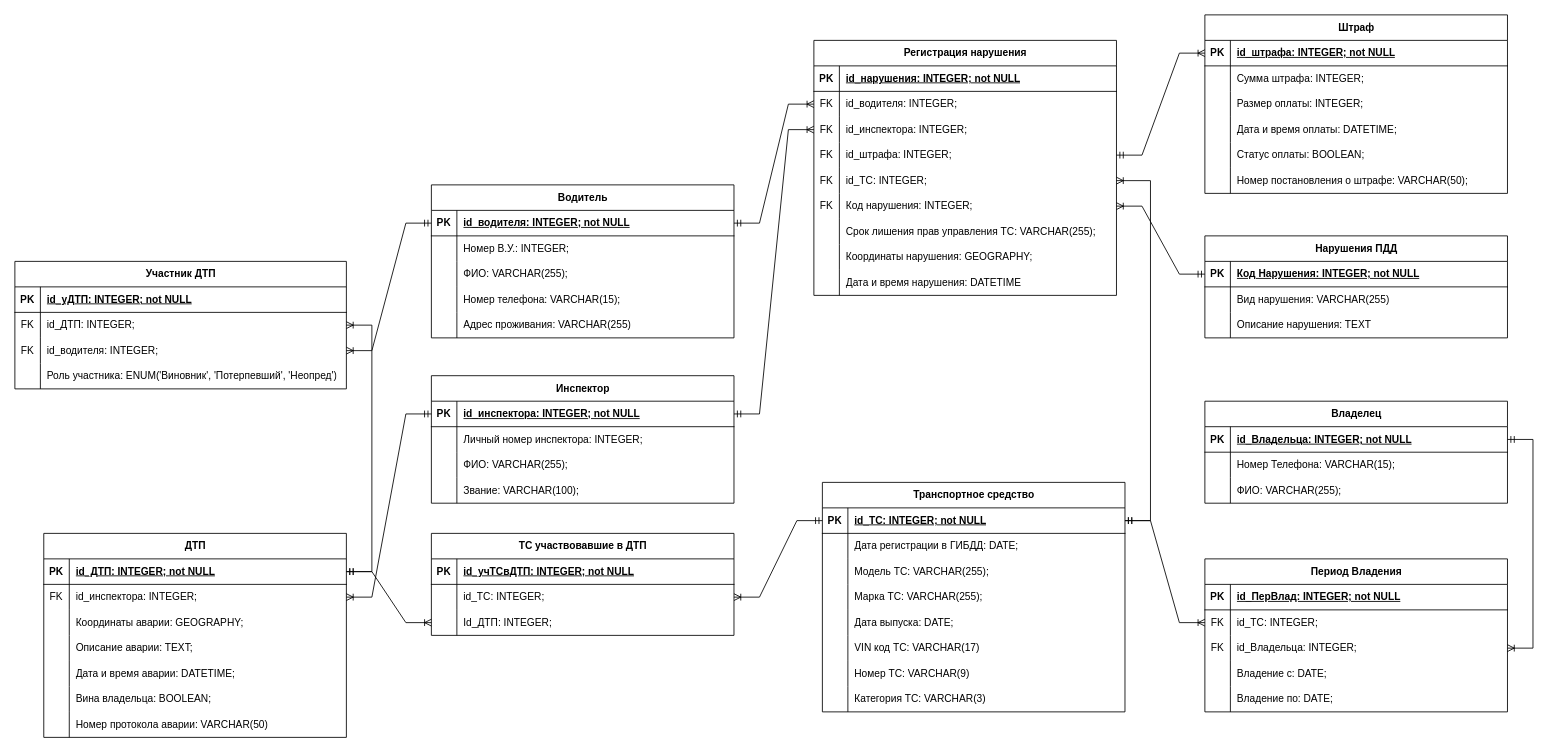
Above: page "Страница — 2" (2 of 2) of Диаграмма без названия.drawio in GAIshnik02/dbLab2 (draw.io), before the change. Source tidied: cells renumbered, new cells numbered last; positions are measured from the earlier drawing's top-left corner, leaving out a move shared by most shapes. Both pictures are drawn from the tidied source at 85%, with x=0, y=0 at pixel (14, 14).
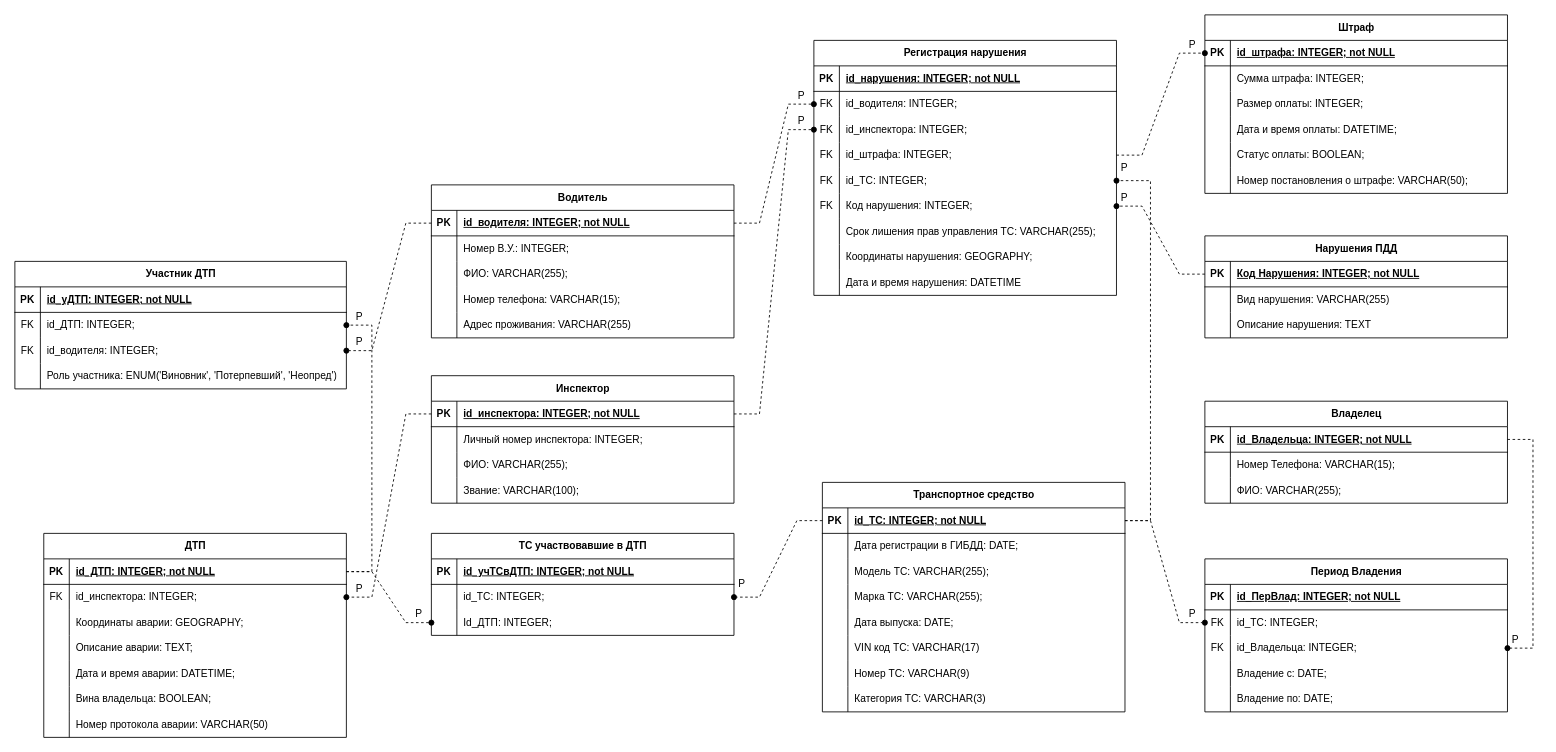
Above is the later version.

Unchanged cells that the change refers to:
```xml
<mxCell id="6" style="shape=tableRow;horizontal=0;startSize=0;swimlaneHead=0;swimlaneBody=0;fillColor=none;points=[[0,0.5],[1,0.5]];portConstraint=eastwest;top=0;left=0;right=0;bottom=0;" parent="2" vertex="1">
  <mxGeometry y="60" width="356" height="30" as="geometry" />
</mxCell>
<mxCell id="9" style="shape=tableRow;horizontal=0;startSize=0;swimlaneHead=0;swimlaneBody=0;fillColor=none;points=[[0,0.5],[1,0.5]];portConstraint=eastwest;top=0;left=0;right=0;bottom=0;" parent="2" vertex="1">
  <mxGeometry y="90" width="356" height="30" as="geometry" />
</mxCell>
<mxCell id="12" style="shape=tableRow;horizontal=0;startSize=0;swimlaneHead=0;swimlaneBody=0;fillColor=none;points=[[0,0.5],[1,0.5]];portConstraint=eastwest;top=0;left=0;right=0;bottom=0;" parent="2" vertex="1">
  <mxGeometry y="120" width="356" height="30" as="geometry" />
</mxCell>
<mxCell id="15" style="shape=tableRow;horizontal=0;startSize=0;swimlaneHead=0;swimlaneBody=0;fillColor=none;points=[[0,0.5],[1,0.5]];portConstraint=eastwest;top=0;left=0;right=0;bottom=0;" parent="2" vertex="1">
  <mxGeometry y="150" width="356" height="30" as="geometry" />
</mxCell>
<mxCell id="18" style="shape=tableRow;horizontal=0;startSize=0;swimlaneHead=0;swimlaneBody=0;fillColor=none;points=[[0,0.5],[1,0.5]];portConstraint=eastwest;top=0;left=0;right=0;bottom=0;" parent="2" vertex="1">
  <mxGeometry y="180" width="356" height="30" as="geometry" />
</mxCell>
<mxCell id="31" style="shape=tableRow;horizontal=0;startSize=0;swimlaneHead=0;swimlaneBody=0;fillColor=none;points=[[0,0.5],[1,0.5]];portConstraint=eastwest;top=0;left=0;right=0;bottom=1;" parent="30" vertex="1">
  <mxGeometry y="30" width="356" height="30" as="geometry" />
</mxCell>
<mxCell id="42" style="shape=tableRow;horizontal=0;startSize=0;swimlaneHead=0;swimlaneBody=0;fillColor=none;points=[[0,0.5],[1,0.5]];portConstraint=eastwest;top=0;left=0;right=0;bottom=1;" parent="41" vertex="1">
  <mxGeometry y="30" width="356" height="30" as="geometry" />
</mxCell>
<mxCell id="62" style="shape=tableRow;horizontal=0;startSize=0;swimlaneHead=0;swimlaneBody=0;fillColor=none;points=[[0,0.5],[1,0.5]];portConstraint=eastwest;top=0;left=0;right=0;bottom=1;" parent="61" vertex="1">
  <mxGeometry y="30" width="356" height="30" as="geometry" />
</mxCell>
<mxCell id="76" style="shape=tableRow;horizontal=0;startSize=0;swimlaneHead=0;swimlaneBody=0;fillColor=none;points=[[0,0.5],[1,0.5]];portConstraint=eastwest;top=0;left=0;right=0;bottom=1;" parent="75" vertex="1">
  <mxGeometry y="30" width="356" height="30" as="geometry" />
</mxCell>
<mxCell id="93" style="shape=tableRow;horizontal=0;startSize=0;swimlaneHead=0;swimlaneBody=0;fillColor=none;points=[[0,0.5],[1,0.5]];portConstraint=eastwest;top=0;left=0;right=0;bottom=1;" parent="92" vertex="1">
  <mxGeometry y="30" width="356" height="30" as="geometry" />
</mxCell>
<mxCell id="122" style="shape=tableRow;horizontal=0;startSize=0;swimlaneHead=0;swimlaneBody=0;fillColor=none;points=[[0,0.5],[1,0.5]];portConstraint=eastwest;top=0;left=0;right=0;bottom=0;" parent="118" vertex="1">
  <mxGeometry y="60" width="356" height="30" as="geometry" />
</mxCell>
<mxCell id="125" style="shape=tableRow;horizontal=0;startSize=0;swimlaneHead=0;swimlaneBody=0;fillColor=none;points=[[0,0.5],[1,0.5]];portConstraint=eastwest;top=0;left=0;right=0;bottom=0;" parent="118" vertex="1">
  <mxGeometry y="90" width="356" height="30" as="geometry" />
</mxCell>
<mxCell id="135" style="shape=tableRow;horizontal=0;startSize=0;swimlaneHead=0;swimlaneBody=0;fillColor=none;points=[[0,0.5],[1,0.5]];portConstraint=eastwest;top=0;left=0;right=0;bottom=1;" parent="134" vertex="1">
  <mxGeometry y="30" width="356" height="30" as="geometry" />
</mxCell>
<mxCell id="147" style="shape=tableRow;horizontal=0;startSize=0;swimlaneHead=0;swimlaneBody=0;fillColor=none;points=[[0,0.5],[1,0.5]];portConstraint=eastwest;top=0;left=0;right=0;bottom=1;" parent="146" vertex="1">
  <mxGeometry y="30" width="356" height="30" as="geometry" />
</mxCell>
<mxCell id="150" style="shape=tableRow;horizontal=0;startSize=0;swimlaneHead=0;swimlaneBody=0;fillColor=none;points=[[0,0.5],[1,0.5]];portConstraint=eastwest;top=0;left=0;right=0;bottom=0;" parent="146" vertex="1">
  <mxGeometry y="60" width="356" height="30" as="geometry" />
</mxCell>
<mxCell id="172" style="shape=tableRow;horizontal=0;startSize=0;swimlaneHead=0;swimlaneBody=0;fillColor=none;points=[[0,0.5],[1,0.5]];portConstraint=eastwest;top=0;left=0;right=0;bottom=0;" parent="168" vertex="1">
  <mxGeometry y="60" width="390" height="30" as="geometry" />
</mxCell>
<mxCell id="175" style="shape=tableRow;horizontal=0;startSize=0;swimlaneHead=0;swimlaneBody=0;fillColor=none;points=[[0,0.5],[1,0.5]];portConstraint=eastwest;top=0;left=0;right=0;bottom=0;" parent="168" vertex="1">
  <mxGeometry y="90" width="390" height="30" as="geometry" />
</mxCell>
<mxCell id="188" style="shape=tableRow;horizontal=0;startSize=0;swimlaneHead=0;swimlaneBody=0;fillColor=none;points=[[0,0.5],[1,0.5]];portConstraint=eastwest;top=0;left=0;right=0;bottom=0;" parent="184" vertex="1">
  <mxGeometry y="60" width="356" height="30" as="geometry" />
</mxCell>
<mxCell id="191" style="shape=tableRow;horizontal=0;startSize=0;swimlaneHead=0;swimlaneBody=0;fillColor=none;points=[[0,0.5],[1,0.5]];portConstraint=eastwest;top=0;left=0;right=0;bottom=0;" parent="184" vertex="1">
  <mxGeometry y="90" width="356" height="30" as="geometry" />
</mxCell>
```

Change to the diagram source:
```diff
@@
-    <mxCell id="40" style="edgeStyle=entityRelationEdgeStyle;fontSize=12;html=1;endArrow=ERoneToMany;startArrow=ERmandOne;rounded=0;entryX=1;entryY=0.5;entryDx=0;entryDy=0;" parent="1" edge="1" source="31" target="18">
+    <mxCell id="40" style="edgeStyle=entityRelationEdgeStyle;fontSize=12;html=1;endArrow=oval;startArrow=none;rounded=0;entryX=1;entryY=0.5;entryDx=0;entryDy=0;endFill=1;startFill=0;dashed=1;" parent="1" edge="1" source="31" target="18">
       <mxGeometry relative="1" as="geometry">
         <Array as="points">
           <mxPoint x="1390" y="170" />
         </Array>
       </mxGeometry>
     </mxCell>
@@
-    <mxCell id="60" style="edgeStyle=entityRelationEdgeStyle;fontSize=12;html=1;endArrow=ERoneToMany;startArrow=ERmandOne;rounded=0;entryX=0;entryY=0.5;entryDx=0;entryDy=0;" parent="1" edge="1" source="12" target="42">
+    <mxCell id="60" style="edgeStyle=entityRelationEdgeStyle;fontSize=12;html=1;endArrow=oval;startArrow=none;rounded=0;entryX=0;entryY=0.5;entryDx=0;entryDy=0;endFill=1;startFill=0;dashed=1;" parent="1" edge="1" source="12" target="42">
       <mxGeometry relative="1" as="geometry">
         <Array as="points">
           <mxPoint x="1334" y="445" />
           <mxPoint x="1290" y="420" />
         </Array>
       </mxGeometry>
     </mxCell>
@@
-    <mxCell id="74" style="edgeStyle=entityRelationEdgeStyle;fontSize=12;html=1;endArrow=ERoneToMany;startArrow=ERmandOne;rounded=0;exitX=1;exitY=0.5;exitDx=0;exitDy=0;" parent="1" edge="1" source="62" target="9">
+    <mxCell id="74" style="edgeStyle=entityRelationEdgeStyle;fontSize=12;html=1;endArrow=oval;startArrow=none;rounded=0;exitX=1;exitY=0.5;exitDx=0;exitDy=0;endFill=1;startFill=0;dashed=1;" parent="1" edge="1" source="62" target="9">
       <mxGeometry relative="1" as="geometry">
         <Array as="points">
           <mxPoint x="734" y="415" />
         </Array>
       </mxGeometry>
     </mxCell>
@@
-    <mxCell id="91" style="edgeStyle=entityRelationEdgeStyle;fontSize=12;html=1;endArrow=ERoneToMany;startArrow=ERmandOne;rounded=0;exitX=1;exitY=0.5;exitDx=0;exitDy=0;entryX=0;entryY=0.5;entryDx=0;entryDy=0;" parent="1" edge="1" source="76" target="6">
+    <mxCell id="91" style="edgeStyle=entityRelationEdgeStyle;fontSize=12;html=1;endArrow=oval;startArrow=none;rounded=0;exitX=1;exitY=0.5;exitDx=0;exitDy=0;entryX=0;entryY=0.5;entryDx=0;entryDy=0;startFill=0;endFill=1;dashed=1;" parent="1" edge="1" source="76" target="6">
       <mxGeometry relative="1" as="geometry" />
     </mxCell>
@@
-    <mxCell id="117" style="edgeStyle=entityRelationEdgeStyle;fontSize=12;html=1;endArrow=ERoneToMany;startArrow=ERmandOne;rounded=0;" parent="1" edge="1" source="93" target="15">
+    <mxCell id="117" style="edgeStyle=entityRelationEdgeStyle;fontSize=12;html=1;endArrow=oval;startArrow=none;rounded=0;endFill=1;startFill=0;dashed=1;" parent="1" edge="1" source="93" target="15">
       <mxGeometry relative="1" as="geometry">
         <Array as="points">
           <mxPoint x="748" y="720" />
         </Array>
       </mxGeometry>
     </mxCell>
@@
-    <mxCell id="144" style="edgeStyle=entityRelationEdgeStyle;fontSize=12;html=1;endArrow=ERoneToMany;startArrow=ERmandOne;rounded=0;" parent="1" edge="1" source="135" target="125">
+    <mxCell id="144" style="edgeStyle=entityRelationEdgeStyle;fontSize=12;html=1;endArrow=oval;startArrow=none;rounded=0;endFill=1;startFill=0;dashed=1;" parent="1" edge="1" source="135" target="125">
       <mxGeometry relative="1" as="geometry" />
     </mxCell>
-    <mxCell id="145" style="edgeStyle=entityRelationEdgeStyle;fontSize=12;html=1;endArrow=ERoneToMany;startArrow=ERmandOne;rounded=0;entryX=0;entryY=0.5;entryDx=0;entryDy=0;exitX=1;exitY=0.5;exitDx=0;exitDy=0;" parent="1" edge="1" source="93" target="122">
+    <mxCell id="145" style="edgeStyle=entityRelationEdgeStyle;fontSize=12;html=1;endArrow=oval;startArrow=none;rounded=0;entryX=0;entryY=0.5;entryDx=0;entryDy=0;exitX=1;exitY=0.5;exitDx=0;exitDy=0;endFill=1;startFill=0;dashed=1;" parent="1" edge="1" source="93" target="122">
       <mxGeometry relative="1" as="geometry" />
     </mxCell>
@@
-    <mxCell id="181" style="edgeStyle=entityRelationEdgeStyle;fontSize=12;html=1;endArrow=ERoneToMany;startArrow=ERmandOne;rounded=0;" parent="1" edge="1" source="147" target="172">
+    <mxCell id="181" style="edgeStyle=entityRelationEdgeStyle;fontSize=12;html=1;endArrow=oval;startArrow=none;rounded=0;endFill=1;startFill=0;dashed=1;" parent="1" edge="1" source="147" target="172">
       <mxGeometry relative="1" as="geometry" />
     </mxCell>
-    <mxCell id="182" style="edgeStyle=entityRelationEdgeStyle;fontSize=12;html=1;endArrow=ERoneToMany;startArrow=ERmandOne;rounded=0;exitX=0;exitY=0.5;exitDx=0;exitDy=0;" parent="1" edge="1" source="76" target="175">
+    <mxCell id="182" style="edgeStyle=entityRelationEdgeStyle;fontSize=12;html=1;endArrow=oval;startArrow=none;rounded=0;endFill=1;startFill=0;dashed=1;" parent="1" edge="1" source="76" target="175">
       <mxGeometry relative="1" as="geometry" />
     </mxCell>
-    <mxCell id="183" style="edgeStyle=entityRelationEdgeStyle;fontSize=12;html=1;endArrow=ERoneToMany;startArrow=ERmandOne;rounded=0;entryX=1;entryY=0.5;entryDx=0;entryDy=0;" parent="1" edge="1" source="62" target="150">
+    <mxCell id="183" style="edgeStyle=entityRelationEdgeStyle;fontSize=12;html=1;endArrow=oval;startArrow=none;rounded=0;entryX=1;entryY=0.5;entryDx=0;entryDy=0;endFill=1;startFill=0;dashed=1;" parent="1" edge="1" source="62" target="150">
       <mxGeometry relative="1" as="geometry" />
     </mxCell>
@@
-    <mxCell id="194" style="edgeStyle=entityRelationEdgeStyle;fontSize=12;html=1;endArrow=ERoneToMany;startArrow=ERmandOne;rounded=0;" parent="1" edge="1" source="147" target="191">
+    <mxCell id="194" style="edgeStyle=entityRelationEdgeStyle;fontSize=12;html=1;endArrow=oval;startArrow=none;rounded=0;endFill=1;startFill=0;dashed=1;" parent="1" edge="1" source="147" target="191">
       <mxGeometry relative="1" as="geometry" />
     </mxCell>
-    <mxCell id="195" style="edgeStyle=entityRelationEdgeStyle;fontSize=12;html=1;endArrow=ERoneToMany;startArrow=ERmandOne;rounded=0;" parent="1" edge="1" source="93" target="188">
+    <mxCell id="195" style="edgeStyle=entityRelationEdgeStyle;fontSize=12;html=1;endArrow=oval;startArrow=none;rounded=0;endFill=1;startFill=0;dashed=1;" parent="1" edge="1" source="93" target="188">
       <mxGeometry relative="1" as="geometry" />
     </mxCell>
+    <mxCell id="196" value="P" style="text;html=1;align=center;verticalAlign=middle;strokeColor=none;fillColor=none;" parent="1" vertex="1">
+      <mxGeometry x="460" y="690" width="30" height="30" as="geometry" />
+    </mxCell>
+    <mxCell id="197" value="P" style="text;html=1;align=center;verticalAlign=middle;strokeColor=none;fillColor=none;" parent="1" vertex="1">
+      <mxGeometry x="390" y="660" width="30" height="30" as="geometry" />
+    </mxCell>
+    <mxCell id="198" value="P" style="text;html=1;align=center;verticalAlign=middle;strokeColor=none;fillColor=none;" parent="1" vertex="1">
+      <mxGeometry x="390" y="340" width="30" height="30" as="geometry" />
+    </mxCell>
+    <mxCell id="199" value="P" style="text;html=1;align=center;verticalAlign=middle;strokeColor=none;fillColor=none;" parent="1" vertex="1">
+      <mxGeometry x="910" y="80" width="30" height="30" as="geometry" />
+    </mxCell>
+    <mxCell id="200" value="P" style="text;html=1;align=center;verticalAlign=middle;strokeColor=none;fillColor=none;" parent="1" vertex="1">
+      <mxGeometry x="910" y="110" width="30" height="30" as="geometry" />
+    </mxCell>
+    <mxCell id="201" value="P" style="text;html=1;align=center;verticalAlign=middle;strokeColor=none;fillColor=none;" parent="1" vertex="1">
+      <mxGeometry x="840" y="655" width="30" height="30" as="geometry" />
+    </mxCell>
+    <mxCell id="202" value="P" style="text;html=1;align=center;verticalAlign=middle;strokeColor=none;fillColor=none;" parent="1" vertex="1">
+      <mxGeometry x="1370" y="690" width="30" height="30" as="geometry" />
+    </mxCell>
+    <mxCell id="203" value="P" style="text;html=1;align=center;verticalAlign=middle;strokeColor=none;fillColor=none;" parent="1" vertex="1">
+      <mxGeometry x="1290" y="200" width="30" height="30" as="geometry" />
+    </mxCell>
+    <mxCell id="204" value="P" style="text;html=1;align=center;verticalAlign=middle;strokeColor=none;fillColor=none;" parent="1" vertex="1">
+      <mxGeometry x="1290" y="165" width="30" height="30" as="geometry" />
+    </mxCell>
+    <mxCell id="205" value="P" style="text;html=1;align=center;verticalAlign=middle;strokeColor=none;fillColor=none;" parent="1" vertex="1">
+      <mxGeometry x="1370" y="20" width="30" height="30" as="geometry" />
+    </mxCell>
+    <mxCell id="206" value="P" style="text;html=1;align=center;verticalAlign=middle;strokeColor=none;fillColor=none;" parent="1" vertex="1">
+      <mxGeometry x="1750" y="720" width="30" height="30" as="geometry" />
+    </mxCell>
+    <mxCell id="207" value="P" style="text;html=1;align=center;verticalAlign=middle;strokeColor=none;fillColor=none;" parent="1" vertex="1">
+      <mxGeometry x="390" y="370" width="30" height="30" as="geometry" />
+    </mxCell>
```
